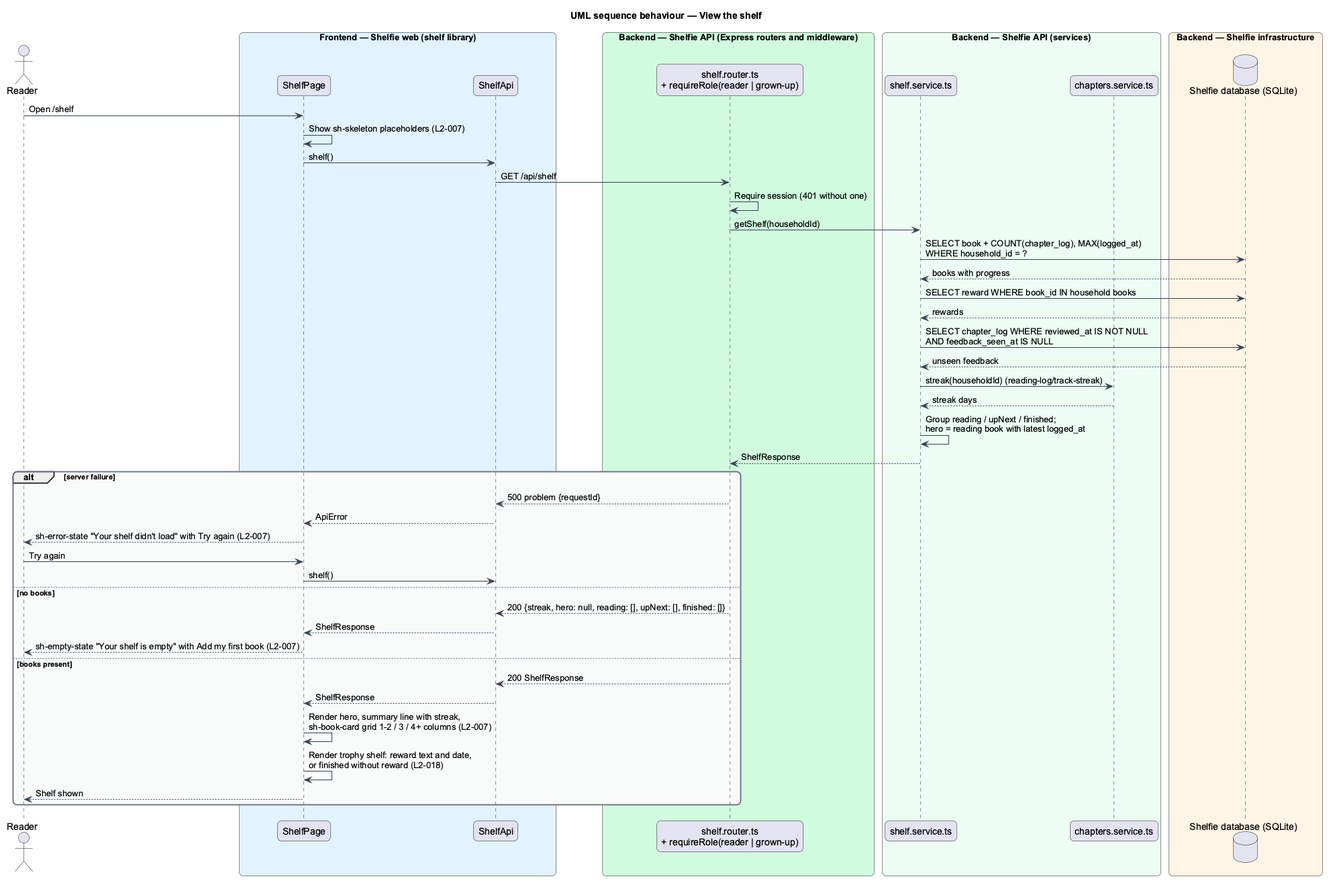
QuinntyneBrown/shelfie keeps this PlantUML diagram as docs/detailed-designs/books/view-shelf/diagrams/sequence-view-shelf.png. Above is the earlier version.
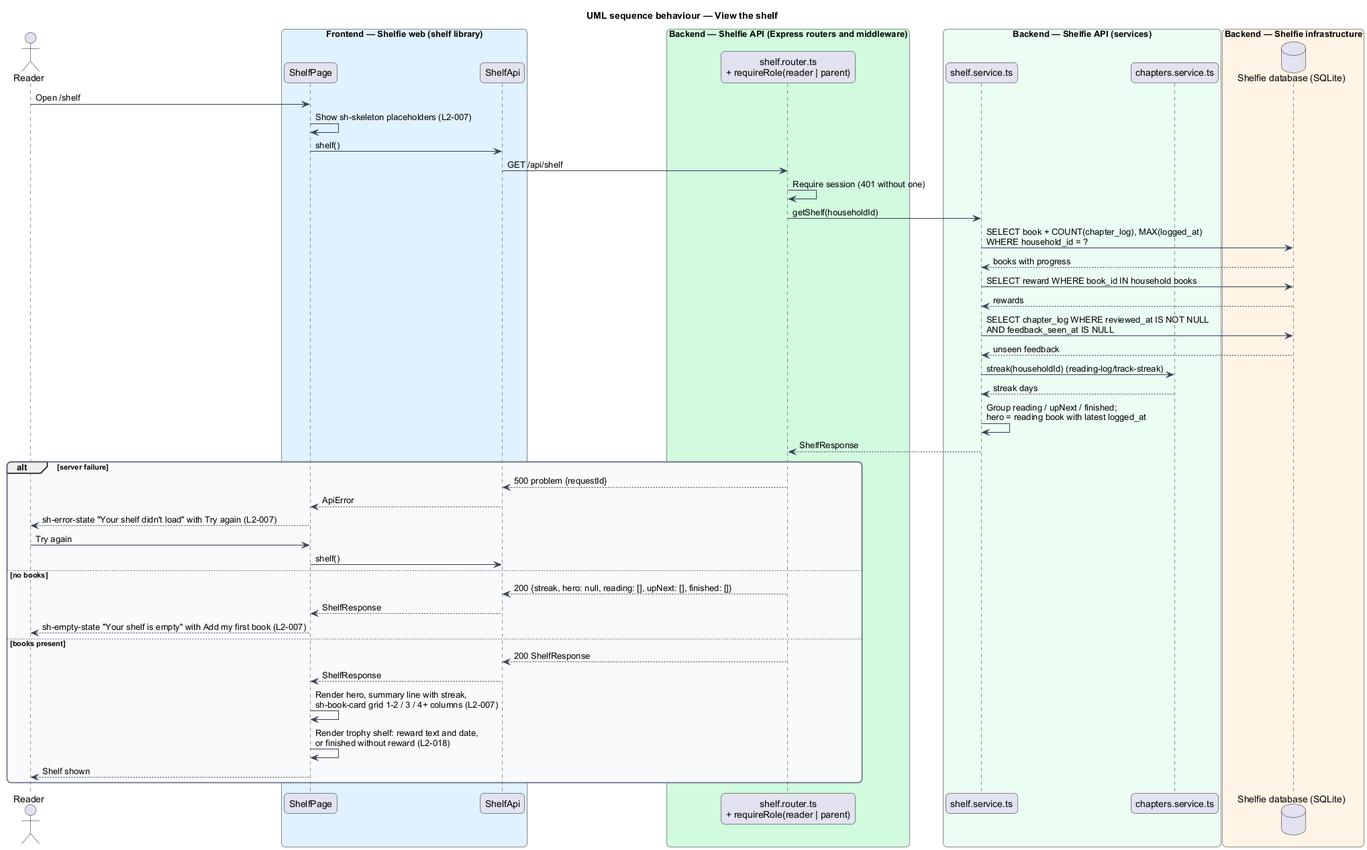
Above is the later version.

What changed in the source:
```diff
@@ -20,7 +20,7 @@
   participant "ShelfApi" as client
 end box
 box "Backend — Shelfie API (Express routers and middleware)" #D1FADF
-  participant "shelf.router.ts\n+ requireRole(reader | grown-up)" as router
+  participant "shelf.router.ts\n+ requireRole(reader | parent)" as router
 end box
 box "Backend — Shelfie API (services)" #ECFDF3
   participant "shelf.service.ts" as service
```
